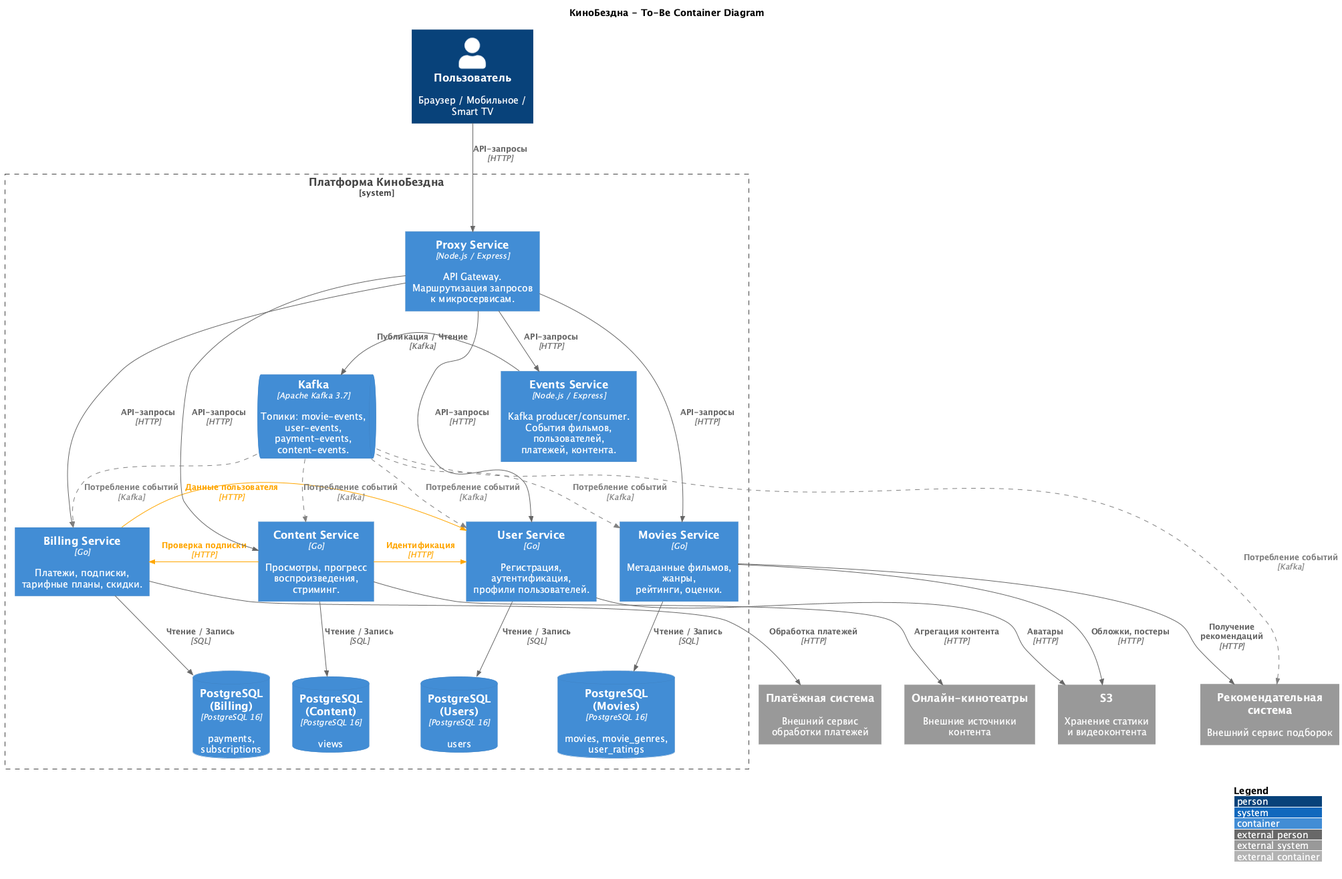
Before: docs/c4-container-diagram.png, a diagram exported from PlantUML (SiritosKon/architecture-cinemaabyss).
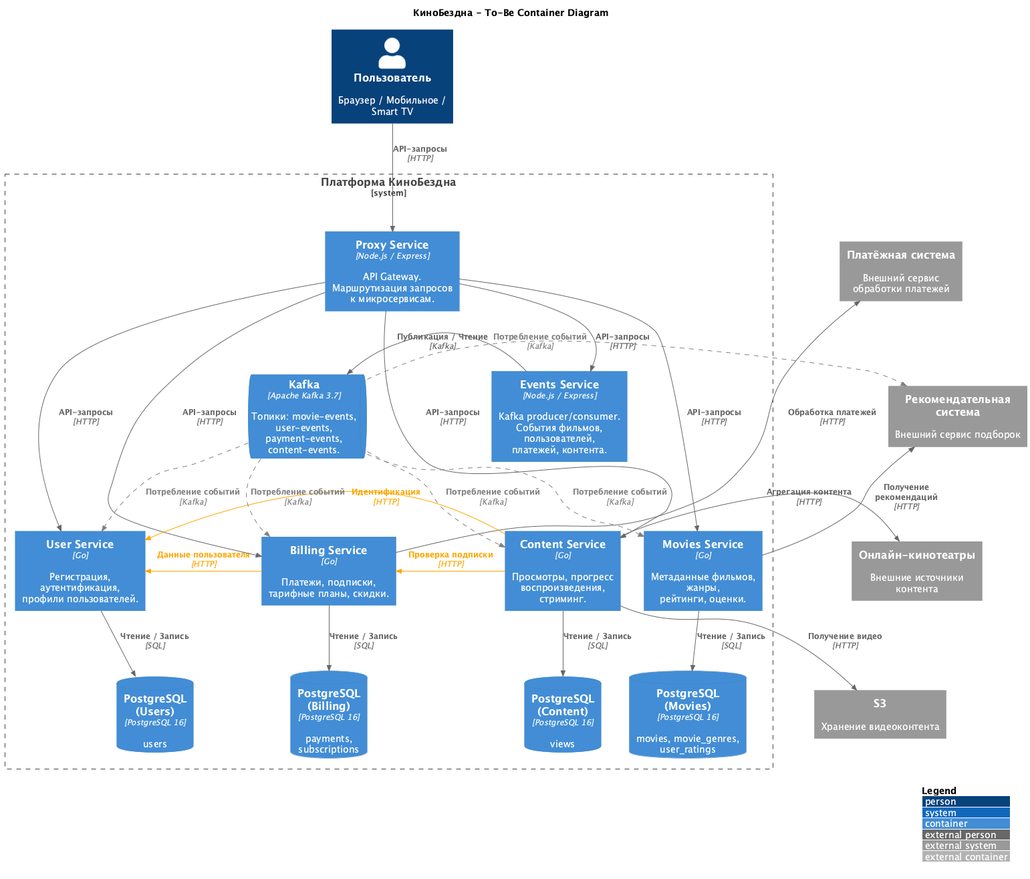
Later version of the same file.

Commit message:
fix: S3 only for Content Service, external systems in column

The edit, as a diff of the source:
```diff
@@ -14,7 +14,11 @@
 System_Ext(payment, "Платёжная система", "Внешний сервис\nобработки платежей")
 System_Ext(recsys, "Рекомендательная система", "Внешний сервис подборок")
 System_Ext(cinemas, "Онлайн-кинотеатры", "Внешние источники контента")
-System_Ext(s3, "S3", "Хранение статики\nи видеоконтента")
+System_Ext(s3, "S3", "Хранение видеоконтента")
+
+Lay_D(payment, recsys)
+Lay_D(recsys, cinemas)
+Lay_D(cinemas, s3)
 
 System_Boundary(platform, "Платформа КиноБездна") {
 
@@ -57,11 +61,10 @@
 
 Rel_R(events, kafka, "Публикация / Чтение", "Kafka")
 
-Rel(billing, payment, "Обработка платежей", "HTTP")
-Rel(movies, recsys, "Получение рекомендаций", "HTTP")
-Rel(movies, s3, "Обложки, постеры", "HTTP")
-Rel(users_svc, s3, "Аватары", "HTTP")
-Rel(content, cinemas, "Агрегация контента", "HTTP")
+Rel_L(billing, payment, "Обработка платежей", "HTTP")
+Rel_L(movies, recsys, "Получение рекомендаций", "HTTP")
+Rel_L(content, cinemas, "Агрегация контента", "HTTP")
+Rel_L(content, s3, "Получение видео", "HTTP")
 
 Rel_L(content, billing, "Проверка подписки", "HTTP", $tags="interservice")
 Rel_L(billing, users_svc, "Данные пользователя", "HTTP", $tags="interservice")
```
